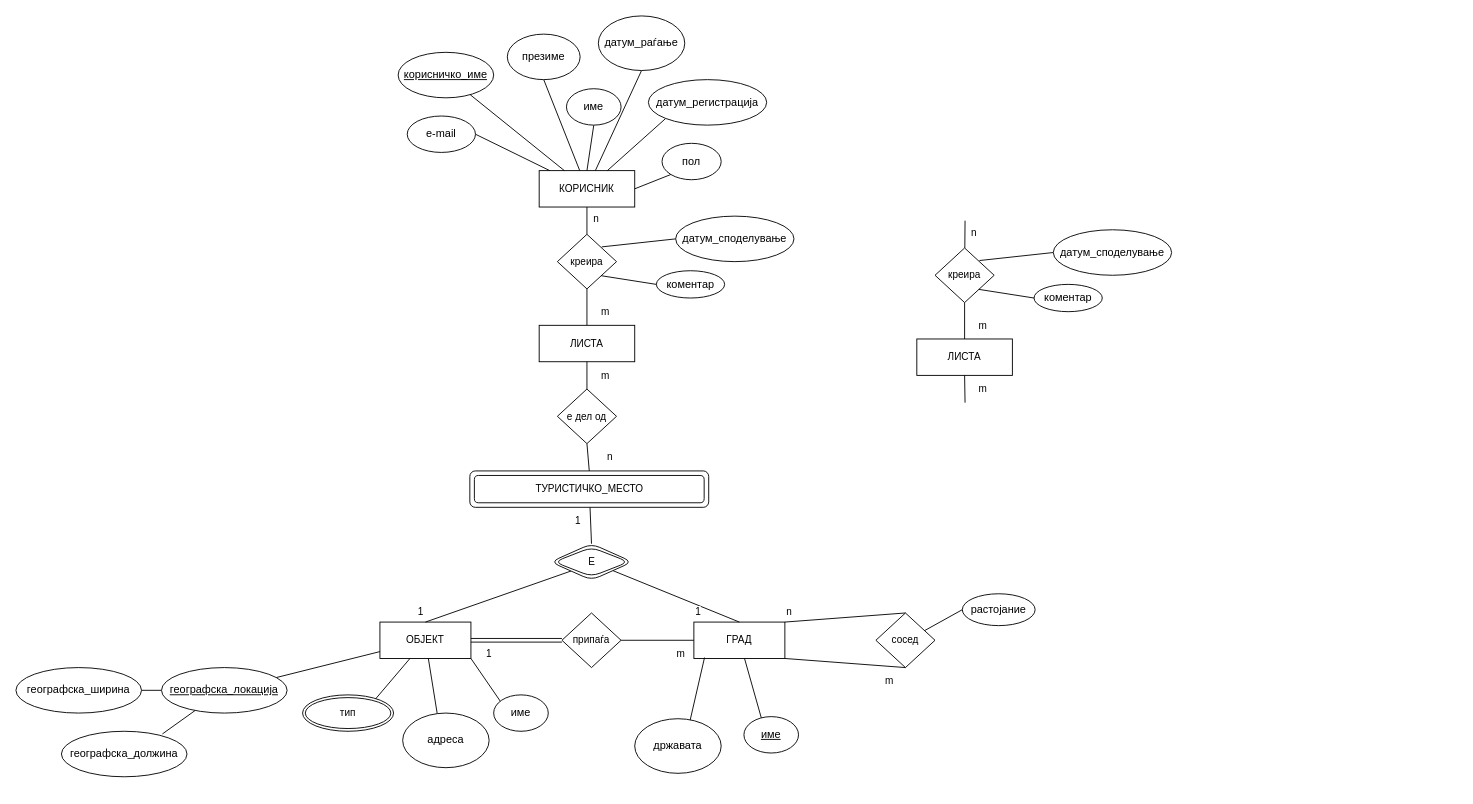
The draw.io diagram LAB1.drawio in TamaraGeorgieva/VNP, before the edit. Source tidied: cells renumbered, new cells numbered last; positions are measured from the earlier drawing's top-left corner, leaving out a move shared by most shapes. Both pictures are drawn from the tidied source at 91%, with x=0, y=0 at pixel (15, 15).
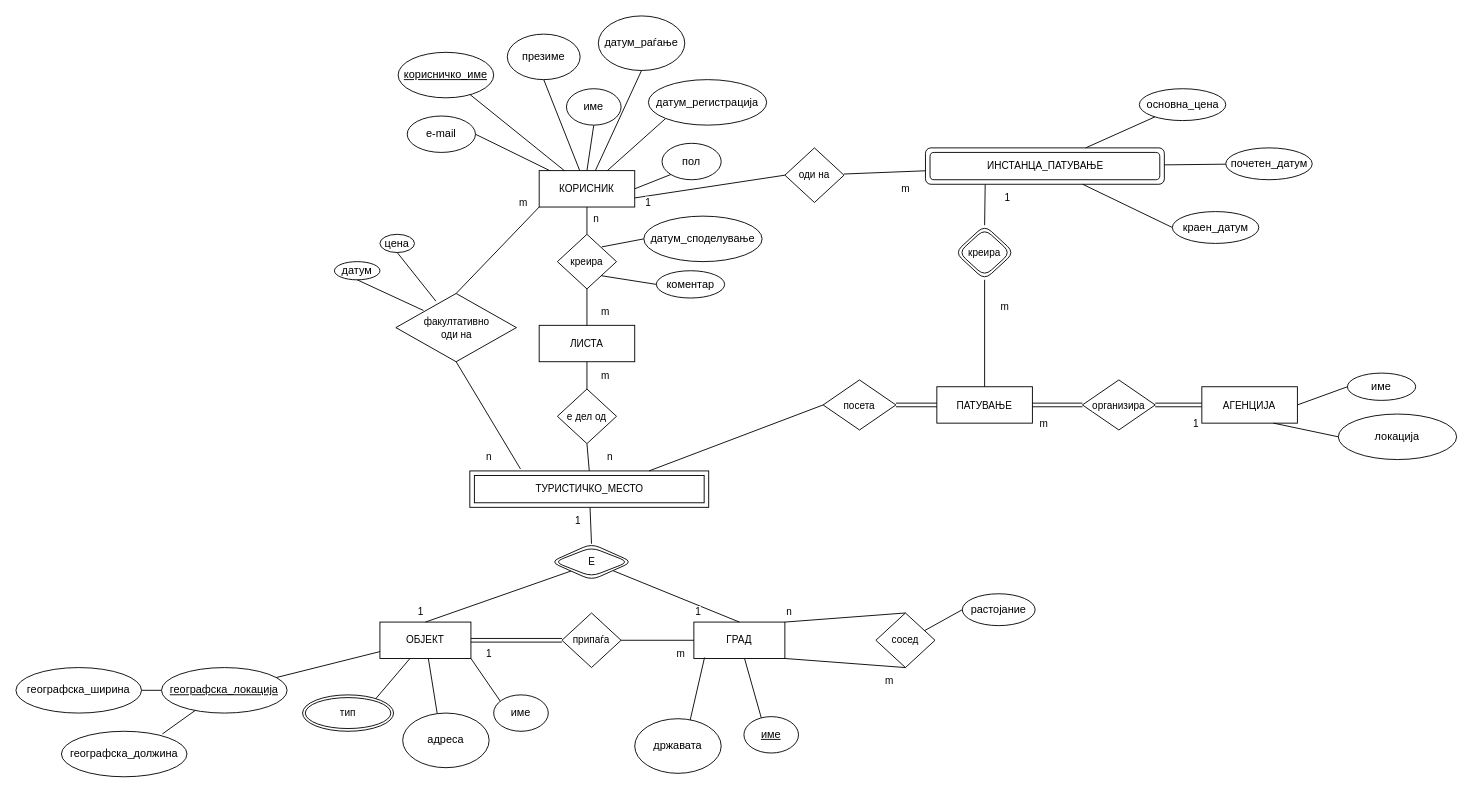
The same page after the edit.

Unchanged cells that the change refers to:
```xml
<mxCell id="3" value="КОРИСНИК" style="rounded=0;whiteSpace=wrap;html=1;fontFamily=Helvetica;fontSize=11;fontColor=default;labelBackgroundColor=default;" parent="1" vertex="1">
  <mxGeometry x="575" y="170" width="105" height="40" as="geometry" />
</mxCell>
```

The edit, as a diff of the source:
```diff
@@
+    <mxCell id="84" style="edgeStyle=none;shape=connector;rounded=0;jumpStyle=none;jettySize=auto;html=1;exitX=1;exitY=0.75;exitDx=0;exitDy=0;strokeColor=default;strokeWidth=1;align=center;verticalAlign=middle;fontFamily=Helvetica;fontSize=11;fontColor=default;labelBackgroundColor=default;startArrow=none;startFill=0;endArrow=none;endFill=0;entryX=0;entryY=0.5;entryDx=0;entryDy=0;entryPerimeter=0;" parent="1" edge="1" source="3" target="88">
+      <mxGeometry relative="1" as="geometry" />
+    </mxCell>
@@
-    <mxCell id="50" value="ТУРИСТИЧКО_МЕСТО" style="shape=ext;margin=3;double=1;whiteSpace=wrap;html=1;align=center;rounded=1;strokeColor=default;strokeWidth=1;verticalAlign=middle;fontFamily=Helvetica;fontSize=11;fontColor=default;labelBackgroundColor=default;fillColor=default;" parent="1" vertex="1">
+    <mxCell id="50" value="ТУРИСТИЧКО_МЕСТО" style="shape=ext;margin=3;double=1;whiteSpace=wrap;html=1;align=center;rounded=1;strokeColor=default;strokeWidth=1;verticalAlign=middle;fontFamily=Helvetica;fontSize=11;fontColor=default;labelBackgroundColor=default;fillColor=default;arcSize=0;" parent="1" vertex="1">
       <mxGeometry x="498.8" y="500" width="262.5" height="40" as="geometry" />
     </mxCell>
@@
     <mxCell id="64" value="датум_споделување" style="ellipse;whiteSpace=wrap;html=1;rounded=1;" parent="1" vertex="1">
-      <mxGeometry x="725" y="220" width="130" height="50" as="geometry" />
+      <mxGeometry x="690" y="220" width="130" height="50" as="geometry" />
     </mxCell>
@@
-    <mxCell id="72" style="edgeStyle=none;shape=connector;rounded=0;jumpStyle=none;jettySize=auto;html=1;strokeColor=default;strokeWidth=1;align=center;verticalAlign=middle;fontFamily=Helvetica;fontSize=11;fontColor=default;labelBackgroundColor=default;startArrow=none;startFill=0;endArrow=none;endFill=0;" parent="1" edge="1" target="75">
-      <mxGeometry relative="1" as="geometry">
-        <mxPoint x="1043" y="225" as="sourcePoint" />
-      </mxGeometry>
-    </mxCell>
+    <mxCell id="85" style="edgeStyle=none;shape=link;rounded=0;jumpStyle=none;jettySize=auto;html=1;strokeColor=default;strokeWidth=1;align=center;verticalAlign=middle;fontFamily=Helvetica;fontSize=11;fontColor=default;labelBackgroundColor=default;startArrow=none;startFill=0;endArrow=none;endFill=0;entryX=1;entryY=0.5;entryDx=0;entryDy=0;entryPerimeter=0;" parent="1" edge="1" source="73" target="90">
+      <mxGeometry relative="1" as="geometry" />
+    </mxCell>
-    <mxCell id="73" value="ЛИСТА" style="rounded=0;whiteSpace=wrap;html=1;fontFamily=Helvetica;fontSize=11;fontColor=default;labelBackgroundColor=default;" parent="1" vertex="1">
-      <mxGeometry x="990" y="355" width="105" height="40" as="geometry" />
+    <mxCell id="73" value="АГЕНЦИЈА" style="rounded=0;whiteSpace=wrap;html=1;fontFamily=Helvetica;fontSize=11;fontColor=default;labelBackgroundColor=default;" parent="1" vertex="1">
+      <mxGeometry x="1303.2" y="407.5" width="105" height="40" as="geometry" />
     </mxCell>
-    <mxCell id="74" style="edgeStyle=none;shape=connector;rounded=0;jumpStyle=none;jettySize=auto;html=1;strokeColor=default;strokeWidth=1;align=center;verticalAlign=middle;fontFamily=Helvetica;fontSize=11;fontColor=default;labelBackgroundColor=default;startArrow=none;startFill=0;endArrow=none;endFill=0;" parent="1" edge="1" source="75" target="73">
-      <mxGeometry relative="1" as="geometry" />
-    </mxCell>
-    <mxCell id="75" value="креира" style="strokeWidth=1;html=1;shape=mxgraph.flowchart.decision;whiteSpace=wrap;rounded=1;fontFamily=Helvetica;fontSize=11;fontColor=default;labelBackgroundColor=default;" parent="1" vertex="1">
-      <mxGeometry x="1010" y="255" width="65" height="60" as="geometry" />
-    </mxCell>
-    <mxCell id="76" value="&lt;span style=&quot;color: rgb(0, 0, 0); font-family: Helvetica; font-size: 11px; font-style: normal; font-variant-ligatures: normal; font-variant-caps: normal; font-weight: 400; letter-spacing: normal; orphans: 2; text-align: center; text-indent: 0px; text-transform: none; widows: 2; word-spacing: 0px; -webkit-text-stroke-width: 0px; white-space: normal; background-color: rgb(255, 255, 255); text-decoration-thickness: initial; text-decoration-style: initial; text-decoration-color: initial; display: inline !important; float: none;&quot;&gt;n&lt;/span&gt;" style="text;whiteSpace=wrap;html=1;fontFamily=Helvetica;fontSize=11;fontColor=default;labelBackgroundColor=default;" parent="1" vertex="1">
-      <mxGeometry x="1047.5" y="225" width="40" height="40" as="geometry" />
-    </mxCell>
-    <mxCell id="77" style="edgeStyle=none;shape=connector;rounded=0;jumpStyle=none;jettySize=auto;html=1;exitX=0;exitY=0.5;exitDx=0;exitDy=0;strokeColor=default;strokeWidth=1;align=center;verticalAlign=middle;fontFamily=Helvetica;fontSize=11;fontColor=default;labelBackgroundColor=default;startArrow=none;startFill=0;endArrow=none;endFill=0;entryX=0.751;entryY=0.23;entryDx=0;entryDy=0;entryPerimeter=0;" parent="1" edge="1" source="78" target="75">
+    <mxCell id="77" style="edgeStyle=none;shape=connector;rounded=0;jumpStyle=none;jettySize=auto;html=1;exitX=0;exitY=0.5;exitDx=0;exitDy=0;strokeColor=default;strokeWidth=1;align=center;verticalAlign=middle;fontFamily=Helvetica;fontSize=11;fontColor=default;labelBackgroundColor=default;startArrow=none;startFill=0;endArrow=none;endFill=0;entryX=0.75;entryY=1;entryDx=0;entryDy=0;" parent="1" edge="1" source="78" target="73">
       <mxGeometry relative="1" as="geometry" />
     </mxCell>
-    <mxCell id="78" value="датум_споделување" style="ellipse;whiteSpace=wrap;html=1;rounded=1;" parent="1" vertex="1">
-      <mxGeometry x="1140" y="235" width="130" height="50" as="geometry" />
+    <mxCell id="78" value="локација" style="ellipse;whiteSpace=wrap;html=1;rounded=1;" parent="1" vertex="1">
+      <mxGeometry x="1453.2" y="437.5" width="130" height="50" as="geometry" />
     </mxCell>
-    <mxCell id="79" value="коментар" style="ellipse;whiteSpace=wrap;html=1;rounded=1;" parent="1" vertex="1">
-      <mxGeometry x="1118.8" y="295" width="75" height="30" as="geometry" />
+    <mxCell id="79" value="име" style="ellipse;whiteSpace=wrap;html=1;rounded=1;" parent="1" vertex="1">
+      <mxGeometry x="1463.2" y="392.5" width="75" height="30" as="geometry" />
     </mxCell>
-    <mxCell id="80" style="edgeStyle=none;shape=connector;rounded=0;jumpStyle=none;jettySize=auto;html=1;exitX=0;exitY=0.5;exitDx=0;exitDy=0;entryX=0.74;entryY=0.758;entryDx=0;entryDy=0;entryPerimeter=0;strokeColor=default;strokeWidth=1;align=center;verticalAlign=middle;fontFamily=Helvetica;fontSize=11;fontColor=default;labelBackgroundColor=default;startArrow=none;startFill=0;endArrow=none;endFill=0;" parent="1" edge="1" source="79" target="75">
+    <mxCell id="80" style="edgeStyle=none;shape=connector;rounded=0;jumpStyle=none;jettySize=auto;html=1;exitX=0;exitY=0.5;exitDx=0;exitDy=0;entryX=1;entryY=0.5;entryDx=0;entryDy=0;strokeColor=default;strokeWidth=1;align=center;verticalAlign=middle;fontFamily=Helvetica;fontSize=11;fontColor=default;labelBackgroundColor=default;startArrow=none;startFill=0;endArrow=none;endFill=0;" parent="1" edge="1" source="79" target="73">
       <mxGeometry relative="1" as="geometry" />
     </mxCell>
-    <mxCell id="81" style="edgeStyle=none;shape=connector;rounded=0;jumpStyle=none;jettySize=auto;html=1;exitX=0.5;exitY=1;exitDx=0;exitDy=0;entryX=0.5;entryY=0;entryDx=0;entryDy=0;entryPerimeter=0;strokeColor=default;strokeWidth=1;align=center;verticalAlign=middle;fontFamily=Helvetica;fontSize=11;fontColor=default;labelBackgroundColor=default;startArrow=none;startFill=0;endArrow=none;endFill=0;" parent="1" edge="1" source="73">
-      <mxGeometry relative="1" as="geometry">
-        <mxPoint x="1043" y="425" as="targetPoint" />
-      </mxGeometry>
-    </mxCell>
-    <mxCell id="82" value="m" style="text;html=1;align=center;verticalAlign=middle;whiteSpace=wrap;rounded=0;fontFamily=Helvetica;fontSize=11;fontColor=default;labelBackgroundColor=default;" parent="1" vertex="1">
-      <mxGeometry x="1032.5" y="325" width="60" height="30" as="geometry" />
-    </mxCell>
     <mxCell id="83" value="m" style="text;html=1;align=center;verticalAlign=middle;whiteSpace=wrap;rounded=0;fontFamily=Helvetica;fontSize=11;fontColor=default;labelBackgroundColor=default;" parent="1" vertex="1">
-      <mxGeometry x="1032.5" y="395" width="60" height="30" as="geometry" />
+      <mxGeometry x="1057" y="305" width="60" height="30" as="geometry" />
     </mxCell>
+    <mxCell id="86" value="ПАТУВАЊЕ" style="rounded=0;whiteSpace=wrap;html=1;fontFamily=Helvetica;fontSize=11;fontColor=default;labelBackgroundColor=default;" parent="1" vertex="1">
+      <mxGeometry x="1012" y="407.5" width="105" height="40" as="geometry" />
+    </mxCell>
+    <mxCell id="87" style="edgeStyle=none;shape=connector;rounded=0;jumpStyle=none;jettySize=auto;html=1;strokeColor=default;strokeWidth=1;align=center;verticalAlign=middle;fontFamily=Helvetica;fontSize=11;fontColor=default;labelBackgroundColor=default;startArrow=none;startFill=0;endArrow=none;endFill=0;" parent="1" edge="1" source="88" target="97">
+      <mxGeometry relative="1" as="geometry" />
+    </mxCell>
+    <mxCell id="88" value="оди на" style="strokeWidth=1;html=1;shape=mxgraph.flowchart.decision;whiteSpace=wrap;rounded=1;fontFamily=Helvetica;fontSize=11;fontColor=default;labelBackgroundColor=default;" parent="1" vertex="1">
+      <mxGeometry x="845" y="145" width="65" height="60" as="geometry" />
+    </mxCell>
+    <mxCell id="89" style="edgeStyle=none;shape=link;rounded=0;jumpStyle=none;jettySize=auto;html=1;exitX=0;exitY=0.5;exitDx=0;exitDy=0;exitPerimeter=0;entryX=1;entryY=0.5;entryDx=0;entryDy=0;strokeColor=default;strokeWidth=1;align=center;verticalAlign=middle;fontFamily=Helvetica;fontSize=11;fontColor=default;labelBackgroundColor=default;startArrow=none;startFill=0;endArrow=none;endFill=0;" parent="1" edge="1" source="90" target="86">
+      <mxGeometry relative="1" as="geometry" />
+    </mxCell>
+    <mxCell id="90" value="организира" style="strokeWidth=1;html=1;shape=mxgraph.flowchart.decision;whiteSpace=wrap;rounded=1;fontFamily=Helvetica;fontSize=11;fontColor=default;labelBackgroundColor=default;" parent="1" vertex="1">
+      <mxGeometry x="1172" y="400" width="80" height="55" as="geometry" />
+    </mxCell>
+    <mxCell id="91" value="1" style="text;html=1;align=center;verticalAlign=middle;whiteSpace=wrap;rounded=0;fontFamily=Helvetica;fontSize=11;fontColor=default;labelBackgroundColor=default;" parent="1" vertex="1">
+      <mxGeometry x="1267" y="432.5" width="60" height="30" as="geometry" />
+    </mxCell>
+    <mxCell id="92" value="m" style="text;html=1;align=center;verticalAlign=middle;whiteSpace=wrap;rounded=0;fontFamily=Helvetica;fontSize=11;fontColor=default;labelBackgroundColor=default;" parent="1" vertex="1">
+      <mxGeometry x="1099.5" y="432.5" width="60" height="30" as="geometry" />
+    </mxCell>
+    <mxCell id="93" style="edgeStyle=none;shape=connector;rounded=0;jumpStyle=none;jettySize=auto;html=1;exitX=0;exitY=0.5;exitDx=0;exitDy=0;exitPerimeter=0;entryX=0.75;entryY=0;entryDx=0;entryDy=0;strokeColor=default;strokeWidth=1;align=center;verticalAlign=middle;fontFamily=Helvetica;fontSize=11;fontColor=default;labelBackgroundColor=default;startArrow=none;startFill=0;endArrow=none;endFill=0;" parent="1" edge="1" source="94" target="50">
+      <mxGeometry relative="1" as="geometry" />
+    </mxCell>
+    <mxCell id="94" value="посета" style="strokeWidth=1;html=1;shape=mxgraph.flowchart.decision;whiteSpace=wrap;rounded=1;fontFamily=Helvetica;fontSize=11;fontColor=default;labelBackgroundColor=default;" parent="1" vertex="1">
+      <mxGeometry x="887" y="400" width="80" height="55" as="geometry" />
+    </mxCell>
+    <mxCell id="95" style="edgeStyle=none;shape=link;rounded=0;jumpStyle=none;jettySize=auto;html=1;exitX=0;exitY=0.5;exitDx=0;exitDy=0;strokeColor=default;strokeWidth=1;align=center;verticalAlign=middle;fontFamily=Helvetica;fontSize=11;fontColor=default;labelBackgroundColor=default;startArrow=none;startFill=0;endArrow=none;endFill=0;entryX=1;entryY=0.5;entryDx=0;entryDy=0;entryPerimeter=0;" parent="1" edge="1" source="86" target="94">
+      <mxGeometry relative="1" as="geometry" />
+    </mxCell>
+    <mxCell id="96" style="edgeStyle=none;shape=connector;rounded=0;jumpStyle=none;jettySize=auto;html=1;entryX=0.5;entryY=0;entryDx=0;entryDy=0;strokeColor=default;strokeWidth=1;align=center;verticalAlign=middle;fontFamily=Helvetica;fontSize=11;fontColor=default;labelBackgroundColor=default;startArrow=none;startFill=0;endArrow=none;endFill=0;exitX=0.25;exitY=1;exitDx=0;exitDy=0;" parent="1" edge="1" source="97" target="75">
+      <mxGeometry relative="1" as="geometry" />
+    </mxCell>
+    <mxCell id="97" value="ИНСТАНЦА_ПАТУВАЊЕ" style="shape=ext;margin=3;double=1;whiteSpace=wrap;html=1;align=center;rounded=1;strokeColor=default;strokeWidth=1;verticalAlign=middle;fontFamily=Helvetica;fontSize=11;fontColor=default;labelBackgroundColor=default;fillColor=default;" parent="1" vertex="1">
+      <mxGeometry x="999.5" y="145" width="262.5" height="40" as="geometry" />
+    </mxCell>
+    <mxCell id="98" style="edgeStyle=none;shape=connector;rounded=0;jumpStyle=none;jettySize=auto;html=1;exitX=0.5;exitY=1;exitDx=0;exitDy=0;entryX=0.5;entryY=0;entryDx=0;entryDy=0;strokeColor=default;strokeWidth=1;align=center;verticalAlign=middle;fontFamily=Helvetica;fontSize=11;fontColor=default;labelBackgroundColor=default;startArrow=none;startFill=0;endArrow=none;endFill=0;" parent="1" edge="1" source="75" target="86">
+      <mxGeometry relative="1" as="geometry" />
+    </mxCell>
+    <mxCell id="75" value="креира" style="shape=rhombus;double=1;perimeter=rhombusPerimeter;whiteSpace=wrap;html=1;align=center;rounded=1;strokeColor=default;strokeWidth=1;verticalAlign=middle;fontFamily=Helvetica;fontSize=11;fontColor=default;labelBackgroundColor=default;fillColor=default;" parent="1" vertex="1">
+      <mxGeometry x="1032" y="230" width="65" height="60" as="geometry" />
+    </mxCell>
+    <mxCell id="99" value="1" style="text;html=1;align=center;verticalAlign=middle;whiteSpace=wrap;rounded=0;fontFamily=Helvetica;fontSize=11;fontColor=default;labelBackgroundColor=default;" parent="1" vertex="1">
+      <mxGeometry x="1060" y="185" width="60" height="30" as="geometry" />
+    </mxCell>
+    <mxCell id="100" style="edgeStyle=none;shape=connector;rounded=0;jumpStyle=none;orthogonalLoop=1;jettySize=auto;html=1;exitX=0.5;exitY=1;exitDx=0;exitDy=0;strokeColor=default;strokeWidth=1;align=center;verticalAlign=middle;fontFamily=Helvetica;fontSize=11;fontColor=default;labelBackgroundColor=default;startArrow=none;startFill=0;endArrow=none;endFill=0;" parent="1" edge="1" source="75" target="75">
+      <mxGeometry relative="1" as="geometry" />
+    </mxCell>
+    <mxCell id="101" style="edgeStyle=none;shape=connector;rounded=0;jumpStyle=none;jettySize=auto;html=1;strokeColor=default;strokeWidth=1;align=center;verticalAlign=middle;fontFamily=Helvetica;fontSize=11;fontColor=default;labelBackgroundColor=default;startArrow=none;startFill=0;endArrow=none;endFill=0;" parent="1" edge="1" source="102" target="97">
+      <mxGeometry relative="1" as="geometry" />
+    </mxCell>
+    <mxCell id="102" value="основна_цена" style="ellipse;whiteSpace=wrap;html=1;rounded=1;" parent="1" vertex="1">
+      <mxGeometry x="1234.5" y="80" width="95" height="35" as="geometry" />
+    </mxCell>
+    <mxCell id="103" style="edgeStyle=none;shape=connector;rounded=0;jumpStyle=none;jettySize=auto;html=1;strokeColor=default;strokeWidth=1;align=center;verticalAlign=middle;fontFamily=Helvetica;fontSize=11;fontColor=default;labelBackgroundColor=default;startArrow=none;startFill=0;endArrow=none;endFill=0;" parent="1" edge="1" source="104" target="97">
+      <mxGeometry relative="1" as="geometry" />
+    </mxCell>
+    <mxCell id="104" value="почетен_датум" style="ellipse;whiteSpace=wrap;html=1;rounded=1;" parent="1" vertex="1">
+      <mxGeometry x="1329.5" y="145" width="95" height="35" as="geometry" />
+    </mxCell>
+    <mxCell id="105" style="edgeStyle=none;shape=connector;rounded=0;jumpStyle=none;jettySize=auto;html=1;exitX=0;exitY=0.5;exitDx=0;exitDy=0;strokeColor=default;strokeWidth=1;align=center;verticalAlign=middle;fontFamily=Helvetica;fontSize=11;fontColor=default;labelBackgroundColor=default;startArrow=none;startFill=0;endArrow=none;endFill=0;" parent="1" edge="1" source="106" target="97">
+      <mxGeometry relative="1" as="geometry" />
+    </mxCell>
+    <mxCell id="106" value="краен_датум" style="ellipse;whiteSpace=wrap;html=1;rounded=1;" parent="1" vertex="1">
+      <mxGeometry x="1270.8" y="215" width="95" height="35" as="geometry" />
+    </mxCell>
+    <mxCell id="107" value="m" style="text;html=1;align=center;verticalAlign=middle;whiteSpace=wrap;rounded=0;fontFamily=Helvetica;fontSize=11;fontColor=default;labelBackgroundColor=default;" parent="1" vertex="1">
+      <mxGeometry x="947.5" y="175" width="60" height="30" as="geometry" />
+    </mxCell>
+    <mxCell id="108" value="1" style="text;html=1;align=center;verticalAlign=middle;whiteSpace=wrap;rounded=0;fontFamily=Helvetica;fontSize=11;fontColor=default;labelBackgroundColor=default;" parent="1" vertex="1">
+      <mxGeometry x="665" y="190" width="60" height="30" as="geometry" />
+    </mxCell>
+    <mxCell id="109" value="факултативно&lt;div&gt;оди на&lt;/div&gt;" style="strokeWidth=1;html=1;shape=mxgraph.flowchart.decision;whiteSpace=wrap;rounded=1;fontFamily=Helvetica;fontSize=11;fontColor=default;labelBackgroundColor=default;" parent="1" vertex="1">
+      <mxGeometry x="417.5" y="305" width="132.5" height="75" as="geometry" />
+    </mxCell>
+    <mxCell id="110" style="edgeStyle=none;shape=connector;rounded=0;jumpStyle=none;jettySize=auto;html=1;entryX=0.212;entryY=-0.055;entryDx=0;entryDy=0;entryPerimeter=0;strokeColor=default;strokeWidth=1;align=center;verticalAlign=middle;fontFamily=Helvetica;fontSize=11;fontColor=default;labelBackgroundColor=default;startArrow=none;startFill=0;endArrow=none;endFill=0;exitX=0.5;exitY=1;exitDx=0;exitDy=0;exitPerimeter=0;" parent="1" edge="1" source="109" target="50">
+      <mxGeometry relative="1" as="geometry" />
+    </mxCell>
+    <mxCell id="111" style="edgeStyle=none;shape=connector;rounded=0;jumpStyle=none;jettySize=auto;html=1;exitX=0.5;exitY=1;exitDx=0;exitDy=0;strokeColor=default;strokeWidth=1;align=center;verticalAlign=middle;fontFamily=Helvetica;fontSize=11;fontColor=default;labelBackgroundColor=default;startArrow=none;startFill=0;endArrow=none;endFill=0;entryX=0.332;entryY=0.112;entryDx=0;entryDy=0;entryPerimeter=0;" parent="1" edge="1" source="112" target="109">
+      <mxGeometry relative="1" as="geometry" />
+    </mxCell>
+    <mxCell id="112" value=" цена" style="ellipse;whiteSpace=wrap;html=1;rounded=1;" parent="1" vertex="1">
+      <mxGeometry x="400" y="240" width="38" height="20" as="geometry" />
+    </mxCell>
+    <mxCell id="113" value=" датум" style="ellipse;whiteSpace=wrap;html=1;rounded=1;" parent="1" vertex="1">
+      <mxGeometry x="350" y="270" width="50" height="20" as="geometry" />
+    </mxCell>
+    <mxCell id="114" style="edgeStyle=none;shape=connector;rounded=0;jumpStyle=none;jettySize=auto;html=1;exitX=0.5;exitY=1;exitDx=0;exitDy=0;entryX=0.229;entryY=0.249;entryDx=0;entryDy=0;entryPerimeter=0;strokeColor=default;strokeWidth=1;align=center;verticalAlign=middle;fontFamily=Helvetica;fontSize=11;fontColor=default;labelBackgroundColor=default;startArrow=none;startFill=0;endArrow=none;endFill=0;" parent="1" edge="1" source="113" target="109">
+      <mxGeometry relative="1" as="geometry" />
+    </mxCell>
+    <mxCell id="115" style="edgeStyle=none;shape=connector;rounded=0;jumpStyle=none;jettySize=auto;html=1;exitX=0;exitY=1;exitDx=0;exitDy=0;entryX=0.5;entryY=0;entryDx=0;entryDy=0;entryPerimeter=0;strokeColor=default;strokeWidth=1;align=center;verticalAlign=middle;fontFamily=Helvetica;fontSize=11;fontColor=default;labelBackgroundColor=default;startArrow=none;startFill=0;endArrow=none;endFill=0;" parent="1" edge="1" source="3" target="109">
+      <mxGeometry relative="1" as="geometry" />
+    </mxCell>
+    <mxCell id="116" value="m" style="text;html=1;align=center;verticalAlign=middle;whiteSpace=wrap;rounded=0;fontFamily=Helvetica;fontSize=11;fontColor=default;labelBackgroundColor=default;" parent="1" vertex="1">
+      <mxGeometry x="527.5" y="190" width="60" height="30" as="geometry" />
+    </mxCell>
+    <mxCell id="76" value="n" style="text;html=1;align=center;verticalAlign=middle;whiteSpace=wrap;rounded=0;fontFamily=Helvetica;fontSize=11;fontColor=default;labelBackgroundColor=default;" parent="1" vertex="1">
+      <mxGeometry x="490" y="470" width="60" height="30" as="geometry" />
+    </mxCell>
```
